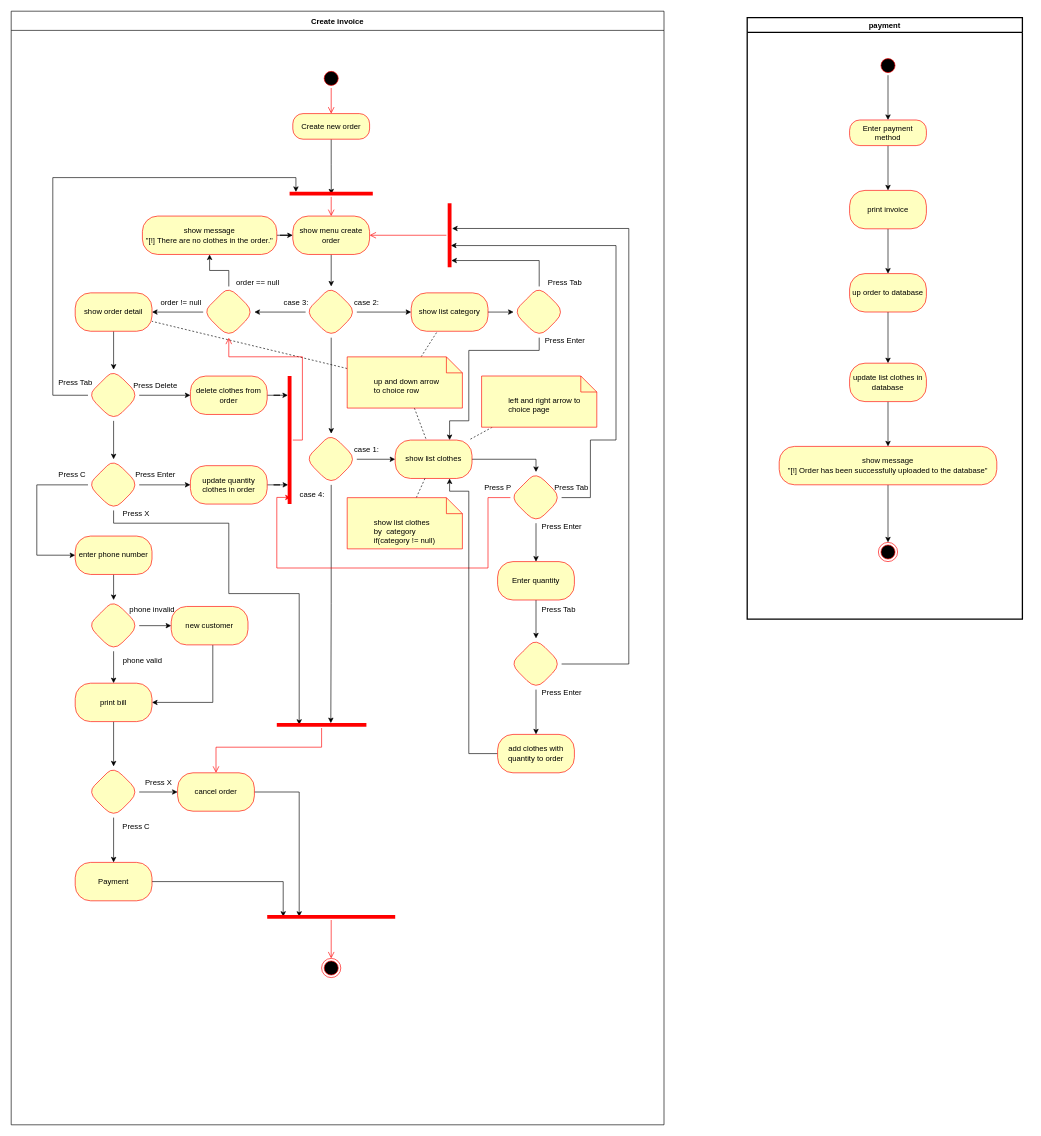
Before: page "Page-8" (8 of 8) of diagram/diagram.drawio in CuDuyToan/S, a draw.io diagram. Source tidied: cells renumbered, new cells numbered last; positions are measured from the earlier drawing's top-left corner, leaving out a move shared by most shapes. Both pictures are drawn from the tidied source at 64%, with x=0, y=0 at pixel (11, 11).
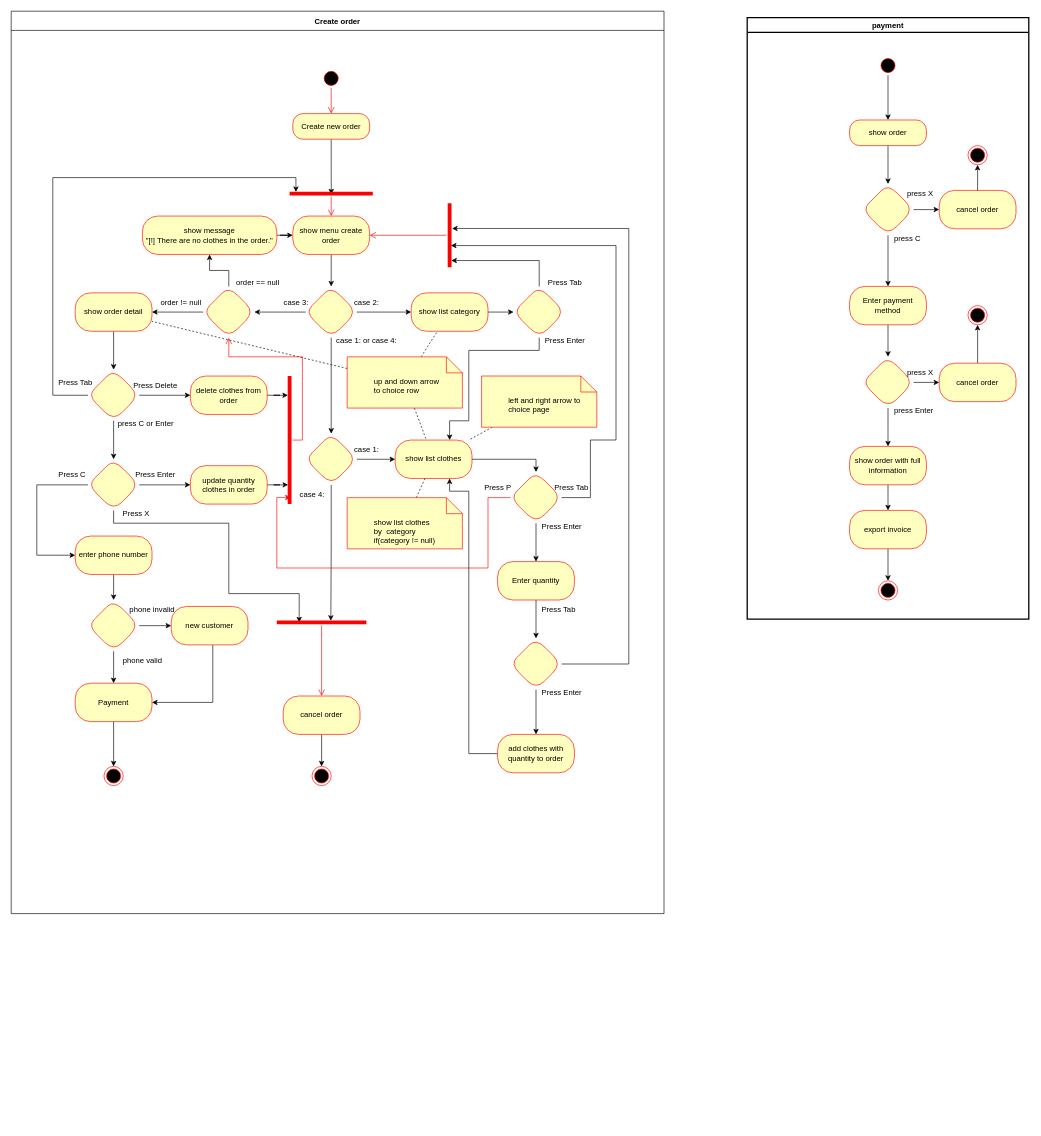
The same diagram, later.

Unchanged cells that the change refers to:
```xml
<mxCell id="86" style="rhombus;whiteSpace=wrap;html=1;fillColor=#ffffc0;strokeColor=#ff0000;fontColor=#000000;rounded=1;arcSize=40;" parent="2" vertex="1">
  <mxGeometry x="120" y="920.1" width="80" height="80" as="geometry" />
</mxCell>
<mxCell id="88" value="new customer" style="whiteSpace=wrap;html=1;fillColor=#ffffc0;strokeColor=#ff0000;fontColor=#000000;rounded=1;arcSize=40;" parent="2" vertex="1">
  <mxGeometry x="250" y="930.1" width="120" height="60" as="geometry" />
</mxCell>
```

Diff of the diagram source:
```diff
@@
-    <mxCell id="2" value="Create invoice" style="swimlane;startSize=30;" parent="1" vertex="1">
-      <mxGeometry width="1020" height="1740" as="geometry" />
+    <mxCell id="2" value="Create order" style="swimlane;startSize=30;" parent="1" vertex="1">
+      <mxGeometry width="1020" height="1410" as="geometry" />
     </mxCell>
@@
-    <mxCell id="85" style="edgeStyle=orthogonalEdgeStyle;rounded=0;jettySize=auto;html=1;" parent="2" edge="1" source="86" target="90">
+    <mxCell id="85" style="edgeStyle=orthogonalEdgeStyle;rounded=0;jettySize=auto;html=1;" parent="2" edge="1" source="86" target="97">
       <mxGeometry relative="1" as="geometry" />
     </mxCell>
@@
-    <mxCell id="87" style="edgeStyle=orthogonalEdgeStyle;rounded=0;jettySize=auto;html=1;" parent="2" edge="1" source="88" target="90">
+    <mxCell id="87" style="edgeStyle=orthogonalEdgeStyle;rounded=0;jettySize=auto;html=1;" parent="2" edge="1" source="88" target="97">
       <mxGeometry relative="1" as="geometry">
         <Array as="points">
           <mxPoint x="315" y="1080" />
         </Array>
       </mxGeometry>
     </mxCell>
@@
-    <mxCell id="89" style="edgeStyle=orthogonalEdgeStyle;rounded=0;jettySize=auto;html=1;" parent="2" edge="1" source="90" target="93">
-      <mxGeometry relative="1" as="geometry" />
-    </mxCell>
-    <mxCell id="90" value="print bill" style="whiteSpace=wrap;html=1;fillColor=#ffffc0;strokeColor=#ff0000;fontColor=#000000;rounded=1;arcSize=40;" parent="2" vertex="1">
-      <mxGeometry x="100" y="1050" width="120" height="60" as="geometry" />
-    </mxCell>
-    <mxCell id="91" style="edgeStyle=orthogonalEdgeStyle;rounded=0;jettySize=auto;html=1;" parent="2" edge="1" source="93" target="95">
-      <mxGeometry relative="1" as="geometry" />
-    </mxCell>
-    <mxCell id="92" style="edgeStyle=orthogonalEdgeStyle;rounded=0;jettySize=auto;html=1;" parent="2" edge="1" source="93" target="97">
-      <mxGeometry relative="1" as="geometry" />
-    </mxCell>
-    <mxCell id="93" style="rhombus;whiteSpace=wrap;html=1;fillColor=#ffffc0;strokeColor=#ff0000;fontColor=#000000;rounded=1;arcSize=40;" parent="2" vertex="1">
-      <mxGeometry x="120" y="1180" width="80" height="80" as="geometry" />
-    </mxCell>
-    <mxCell id="94" style="edgeStyle=orthogonalEdgeStyle;rounded=0;jettySize=auto;html=1;entryX=0.25;entryY=0.5;entryDx=0;entryDy=0;entryPerimeter=0;" parent="2" edge="1" source="95" target="99">
-      <mxGeometry relative="1" as="geometry" />
-    </mxCell>
+    <mxCell id="124" style="edgeStyle=orthogonalEdgeStyle;rounded=0;jettySize=auto;html=1;" parent="2" edge="1" source="95" target="128">
+      <mxGeometry relative="1" as="geometry" />
+    </mxCell>
     <mxCell id="95" value="cancel order" style="whiteSpace=wrap;html=1;fillColor=#ffffc0;strokeColor=#ff0000;fontColor=#000000;rounded=1;arcSize=40;" parent="2" vertex="1">
-      <mxGeometry x="260" y="1190" width="120" height="60" as="geometry" />
+      <mxGeometry x="425" y="1070" width="120" height="60" as="geometry" />
     </mxCell>
-    <mxCell id="96" style="edgeStyle=orthogonalEdgeStyle;rounded=0;jettySize=auto;html=1;entryX=0.125;entryY=0.494;entryDx=0;entryDy=0;entryPerimeter=0;" parent="2" edge="1" source="97" target="99">
-      <mxGeometry relative="1" as="geometry" />
-    </mxCell>
+    <mxCell id="125" style="edgeStyle=orthogonalEdgeStyle;rounded=0;jettySize=auto;html=1;" parent="2" edge="1" source="97" target="129">
+      <mxGeometry relative="1" as="geometry" />
+    </mxCell>
     <mxCell id="97" value="Payment" style="whiteSpace=wrap;html=1;fillColor=#ffffc0;strokeColor=#ff0000;fontColor=#000000;rounded=1;arcSize=40;" parent="2" vertex="1">
-      <mxGeometry x="100" y="1330" width="120" height="60" as="geometry" />
+      <mxGeometry x="100" y="1050" width="120" height="60" as="geometry" />
     </mxCell>
-    <mxCell id="98" style="ellipse;html=1;shape=endState;fillColor=#000000;strokeColor=#ff0000;" parent="2" vertex="1">
-      <mxGeometry x="485" y="1480" width="30" height="30" as="geometry" />
-    </mxCell>
-    <mxCell id="99" style="shape=line;html=1;strokeWidth=6;strokeColor=#ff0000;" parent="2" vertex="1">
-      <mxGeometry x="400" y="1410" width="200" height="10" as="geometry" />
-    </mxCell>
-    <mxCell id="100" style="edgeStyle=orthogonalEdgeStyle;html=1;verticalAlign=bottom;endArrow=open;endSize=8;strokeColor=#ff0000;rounded=0;" parent="2" edge="1" source="99" target="98">
-      <mxGeometry relative="1" as="geometry" />
-    </mxCell>
@@
-    <mxCell id="105" value="Press C" style="text;html=1;align=center;verticalAlign=middle;strokeColor=none;fillColor=none;" parent="2" vertex="1">
-      <mxGeometry x="160" y="1260" width="70" height="30" as="geometry" />
-    </mxCell>
     <mxCell id="106" style="shape=line;html=1;strokeWidth=6;strokeColor=#ff0000;" parent="2" vertex="1">
-      <mxGeometry x="415" y="1110" width="140" height="10" as="geometry" />
+      <mxGeometry x="415" y="950" width="140" height="10" as="geometry" />
     </mxCell>
     <mxCell id="107" style="edgeStyle=orthogonalEdgeStyle;html=1;verticalAlign=bottom;endArrow=open;endSize=8;strokeColor=#ff0000;rounded=0;" parent="2" edge="1" source="106" target="95">
       <mxGeometry relative="1" as="geometry">
         <Array as="points">
-          <mxPoint x="485" y="1150" />
-          <mxPoint x="320" y="1150" />
+          <mxPoint x="485" y="1090" />
+          <mxPoint x="485" y="1090" />
         </Array>
       </mxGeometry>
     </mxCell>
@@
-    <mxCell id="109" value="Press X" style="text;html=1;align=center;verticalAlign=middle;strokeColor=none;fillColor=none;" parent="2" vertex="1">
-      <mxGeometry x="195" y="1190" width="70" height="30" as="geometry" />
-    </mxCell>
+    <mxCell id="126" value="press C or Enter" style="text;html=1;align=center;verticalAlign=middle;strokeColor=none;fillColor=none;" parent="2" vertex="1">
+      <mxGeometry x="155" y="630.1" width="110" height="30" as="geometry" />
+    </mxCell>
+    <mxCell id="127" value="case 1: or case 4:" style="text;html=1;align=center;verticalAlign=middle;strokeColor=none;fillColor=none;" parent="2" vertex="1">
+      <mxGeometry x="495" y="500.1" width="120" height="30" as="geometry" />
+    </mxCell>
+    <mxCell id="128" style="ellipse;html=1;shape=endState;fillColor=#000000;strokeColor=#ff0000;" parent="2" vertex="1">
+      <mxGeometry x="470" y="1180" width="30" height="30" as="geometry" />
+    </mxCell>
+    <mxCell id="129" style="ellipse;html=1;shape=endState;fillColor=#000000;strokeColor=#ff0000;" parent="2" vertex="1">
+      <mxGeometry x="145" y="1180" width="30" height="30" as="geometry" />
+    </mxCell>
     <mxCell id="110" value="payment" style="swimlane;whiteSpace=wrap;html=1;strokeWidth=2;" parent="1" vertex="1">
-      <mxGeometry x="1150" y="10" width="430" height="940" as="geometry" />
+      <mxGeometry x="1150" y="10" width="440" height="940" as="geometry" />
     </mxCell>
@@
+    <mxCell id="130" style="edgeStyle=orthogonalEdgeStyle;rounded=0;jettySize=auto;html=1;startArrow=classic;startFill=1;endArrow=none;endFill=0;" parent="110" edge="1" source="113" target="152">
+      <mxGeometry relative="1" as="geometry" />
+    </mxCell>
     <mxCell id="113" style="ellipse;html=1;shape=endState;fillColor=#000000;strokeColor=#ff0000;" parent="110" vertex="1">
-      <mxGeometry x="205" y="820" width="30" height="30" as="geometry" />
+      <mxGeometry x="205" y="880" width="30" height="30" as="geometry" />
     </mxCell>
-    <mxCell id="114" style="edgeStyle=orthogonalEdgeStyle;rounded=0;jettySize=auto;html=1;" parent="110" edge="1" source="115" target="117">
-      <mxGeometry relative="1" as="geometry" />
-    </mxCell>
+    <mxCell id="131" style="edgeStyle=orthogonalEdgeStyle;rounded=0;jettySize=auto;html=1;" parent="110" edge="1" source="115" target="134">
+      <mxGeometry relative="1" as="geometry" />
+    </mxCell>
-    <mxCell id="115" value="Enter payment method" style="rounded=1;whiteSpace=wrap;html=1;arcSize=40;fontColor=#000000;fillColor=#ffffc0;strokeColor=#ff0000;" parent="110" vertex="1">
+    <mxCell id="115" value="show order" style="rounded=1;whiteSpace=wrap;html=1;arcSize=40;fontColor=#000000;fillColor=#ffffc0;strokeColor=#ff0000;" parent="110" vertex="1">
       <mxGeometry x="160" y="160" width="120" height="40" as="geometry" />
     </mxCell>
-    <mxCell id="116" style="edgeStyle=orthogonalEdgeStyle;rounded=0;jettySize=auto;html=1;" parent="110" edge="1" source="117" target="121">
-      <mxGeometry relative="1" as="geometry" />
-    </mxCell>
-    <mxCell id="117" value="print invoice" style="whiteSpace=wrap;html=1;fillColor=#ffffc0;strokeColor=#ff0000;fontColor=#000000;rounded=1;arcSize=40;" parent="110" vertex="1">
-      <mxGeometry x="160" y="270" width="120" height="60" as="geometry" />
-    </mxCell>
-    <mxCell id="118" style="edgeStyle=orthogonalEdgeStyle;rounded=0;jettySize=auto;html=1;" parent="110" edge="1" source="119" target="113">
-      <mxGeometry relative="1" as="geometry" />
-    </mxCell>
-    <mxCell id="119" value="show message&lt;br&gt;&quot;[!] Order has been successfully uploaded to the database&quot;" style="whiteSpace=wrap;html=1;fillColor=#ffffc0;strokeColor=#ff0000;fontColor=#000000;rounded=1;arcSize=40;" parent="110" vertex="1">
-      <mxGeometry x="50" y="670" width="340" height="60" as="geometry" />
-    </mxCell>
-    <mxCell id="120" style="edgeStyle=orthogonalEdgeStyle;rounded=0;jettySize=auto;html=1;" parent="110" edge="1" source="121" target="123">
-      <mxGeometry relative="1" as="geometry" />
-    </mxCell>
-    <mxCell id="121" value="up order to database" style="whiteSpace=wrap;html=1;fillColor=#ffffc0;strokeColor=#ff0000;fontColor=#000000;rounded=1;arcSize=40;" parent="110" vertex="1">
-      <mxGeometry x="160" y="400" width="120" height="60" as="geometry" />
-    </mxCell>
-    <mxCell id="122" style="edgeStyle=orthogonalEdgeStyle;rounded=0;jettySize=auto;html=1;" parent="110" edge="1" source="123" target="119">
-      <mxGeometry relative="1" as="geometry" />
-    </mxCell>
-    <mxCell id="123" value="update list clothes in database" style="whiteSpace=wrap;html=1;fillColor=#ffffc0;strokeColor=#ff0000;fontColor=#000000;rounded=1;arcSize=40;" parent="110" vertex="1">
-      <mxGeometry x="160" y="540" width="120" height="60" as="geometry" />
-    </mxCell>
+    <mxCell id="132" style="edgeStyle=orthogonalEdgeStyle;rounded=0;jettySize=auto;html=1;" parent="110" edge="1" source="134" target="135">
+      <mxGeometry relative="1" as="geometry" />
+    </mxCell>
+    <mxCell id="133" style="edgeStyle=orthogonalEdgeStyle;rounded=0;jettySize=auto;html=1;" parent="110" edge="1" source="134" target="140">
+      <mxGeometry relative="1" as="geometry" />
+    </mxCell>
+    <mxCell id="134" style="rhombus;whiteSpace=wrap;html=1;fillColor=#ffffc0;strokeColor=#ff0000;fontColor=#000000;rounded=1;arcSize=40;" parent="110" vertex="1">
+      <mxGeometry x="180" y="260" width="80" height="80" as="geometry" />
+    </mxCell>
+    <mxCell id="135" value="cancel order" style="whiteSpace=wrap;html=1;fillColor=#ffffc0;strokeColor=#ff0000;fontColor=#000000;rounded=1;arcSize=40;" parent="110" vertex="1">
+      <mxGeometry x="300" y="270" width="120" height="60" as="geometry" />
+    </mxCell>
+    <mxCell id="136" style="edgeStyle=orthogonalEdgeStyle;rounded=0;jettySize=auto;html=1;endArrow=none;endFill=0;startArrow=classic;startFill=1;" parent="110" edge="1" source="137" target="135">
+      <mxGeometry relative="1" as="geometry" />
+    </mxCell>
+    <mxCell id="137" style="ellipse;html=1;shape=endState;fillColor=#000000;strokeColor=#ff0000;" parent="110" vertex="1">
+      <mxGeometry x="345" y="200" width="30" height="30" as="geometry" />
+    </mxCell>
+    <mxCell id="138" value="press X" style="text;html=1;align=center;verticalAlign=middle;strokeColor=none;fillColor=none;" parent="110" vertex="1">
+      <mxGeometry x="240" y="260" width="60" height="30" as="geometry" />
+    </mxCell>
+    <mxCell id="139" style="edgeStyle=orthogonalEdgeStyle;rounded=0;jettySize=auto;html=1;" parent="110" edge="1" source="140" target="146">
+      <mxGeometry relative="1" as="geometry" />
+    </mxCell>
+    <mxCell id="140" value="Enter payment method" style="whiteSpace=wrap;html=1;fillColor=#ffffc0;strokeColor=#ff0000;fontColor=#000000;rounded=1;arcSize=40;" parent="110" vertex="1">
+      <mxGeometry x="160" y="420" width="120" height="60" as="geometry" />
+    </mxCell>
+    <mxCell id="141" value="press C" style="text;html=1;align=center;verticalAlign=middle;strokeColor=none;fillColor=none;" parent="110" vertex="1">
+      <mxGeometry x="220" y="330" width="60" height="30" as="geometry" />
+    </mxCell>
+    <mxCell id="142" style="edgeStyle=orthogonalEdgeStyle;rounded=0;jettySize=auto;html=1;" parent="110" edge="1" source="143" target="152">
+      <mxGeometry relative="1" as="geometry" />
+    </mxCell>
+    <mxCell id="143" value="show order with full information" style="whiteSpace=wrap;html=1;fillColor=#ffffc0;strokeColor=#ff0000;fontColor=#000000;rounded=1;arcSize=40;" parent="110" vertex="1">
+      <mxGeometry x="160" y="670" width="120" height="60" as="geometry" />
+    </mxCell>
+    <mxCell id="144" style="edgeStyle=orthogonalEdgeStyle;rounded=0;jettySize=auto;html=1;" parent="110" edge="1" source="146" target="148">
+      <mxGeometry relative="1" as="geometry" />
+    </mxCell>
+    <mxCell id="145" style="edgeStyle=orthogonalEdgeStyle;rounded=0;jettySize=auto;html=1;" parent="110" edge="1" source="146" target="143">
+      <mxGeometry relative="1" as="geometry" />
+    </mxCell>
+    <mxCell id="146" style="rhombus;whiteSpace=wrap;html=1;fillColor=#ffffc0;strokeColor=#ff0000;fontColor=#000000;rounded=1;arcSize=40;" parent="110" vertex="1">
+      <mxGeometry x="180" y="530" width="80" height="80" as="geometry" />
+    </mxCell>
+    <mxCell id="147" style="edgeStyle=orthogonalEdgeStyle;rounded=0;jettySize=auto;html=1;" parent="110" edge="1" source="148" target="149">
+      <mxGeometry relative="1" as="geometry" />
+    </mxCell>
+    <mxCell id="148" value="cancel order" style="whiteSpace=wrap;html=1;fillColor=#ffffc0;strokeColor=#ff0000;fontColor=#000000;rounded=1;arcSize=40;" parent="110" vertex="1">
+      <mxGeometry x="300" y="540" width="120" height="60" as="geometry" />
+    </mxCell>
+    <mxCell id="149" style="ellipse;html=1;shape=endState;fillColor=#000000;strokeColor=#ff0000;" parent="110" vertex="1">
+      <mxGeometry x="345" y="450" width="30" height="30" as="geometry" />
+    </mxCell>
+    <mxCell id="150" value="press Enter" style="text;html=1;align=center;verticalAlign=middle;strokeColor=none;fillColor=none;" parent="110" vertex="1">
+      <mxGeometry x="220" y="600" width="80" height="30" as="geometry" />
+    </mxCell>
+    <mxCell id="151" value="press X" style="text;html=1;align=center;verticalAlign=middle;strokeColor=none;fillColor=none;" parent="110" vertex="1">
+      <mxGeometry x="240" y="540" width="60" height="30" as="geometry" />
+    </mxCell>
+    <mxCell id="152" value="export invoice" style="whiteSpace=wrap;html=1;fillColor=#ffffc0;strokeColor=#ff0000;fontColor=#000000;rounded=1;arcSize=40;" parent="110" vertex="1">
+      <mxGeometry x="160" y="770" width="120" height="60" as="geometry" />
+    </mxCell>
```
